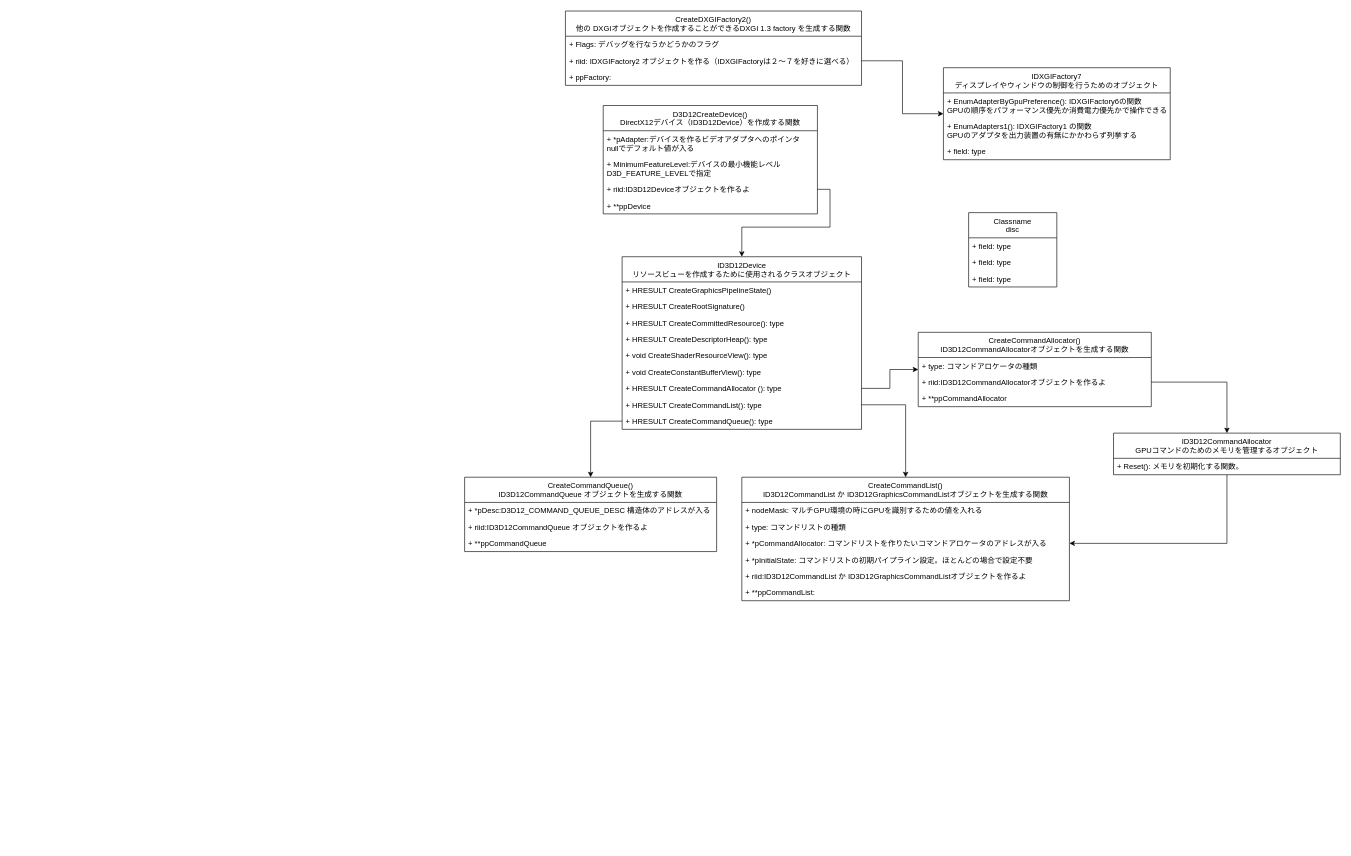
Above: page "ページ2" (2 of 2) of Directx12Overview.drawio in KominamiYuto/mypage (draw.io), before the change. Source tidied: cells renumbered, new cells numbered last; positions are measured from the earlier drawing's top-left corner, leaving out a move shared by most shapes. Both pictures are drawn from the tidied source at 63%, with x=0, y=0 at pixel (464, 11).
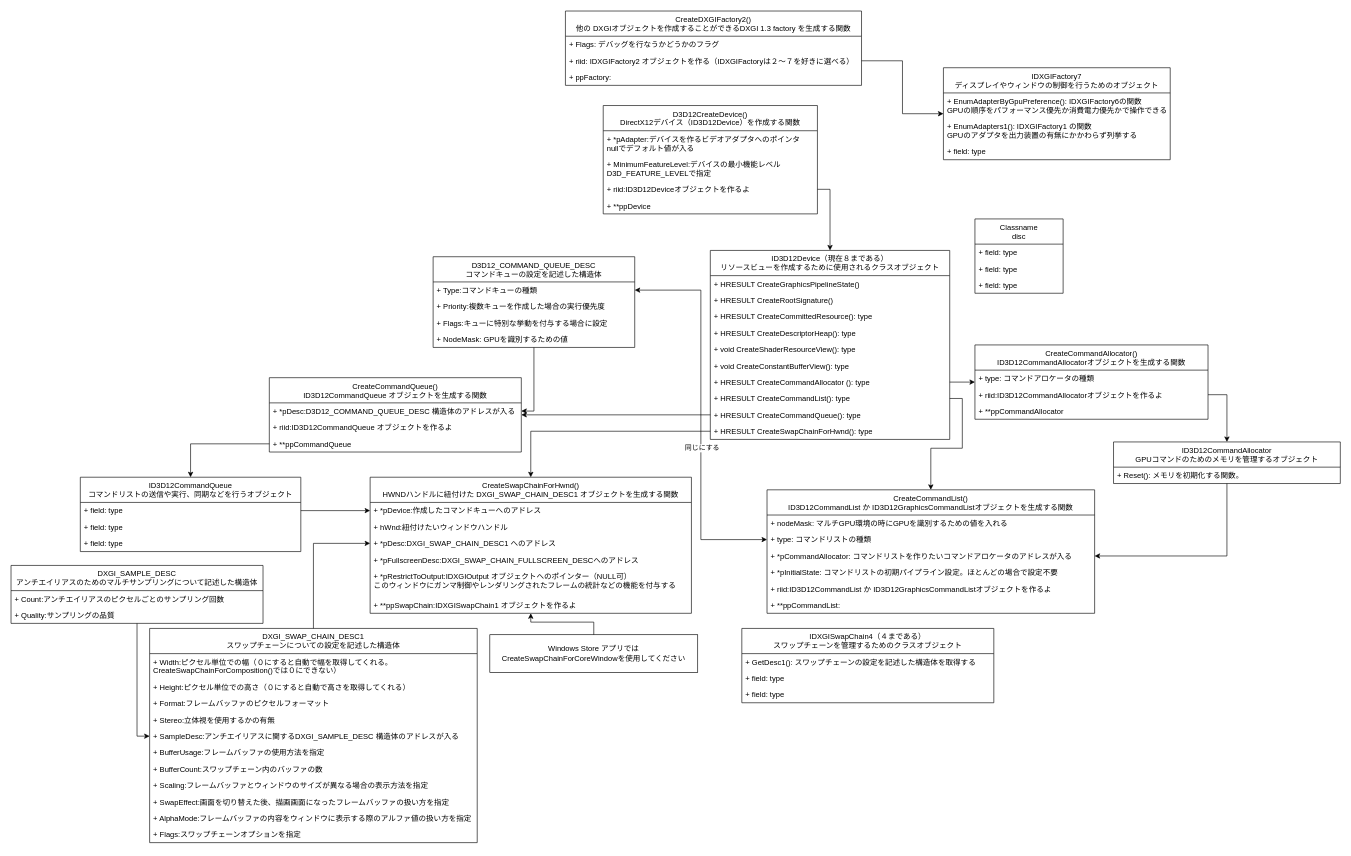
Above is the later version.

Commit message:
Directx12Overview.drawio を更新します

The change refers to these unchanged cells:
```xml
<mxCell id="38" value="+ type: コマンドリストの種類" style="text;strokeColor=none;fillColor=none;align=left;verticalAlign=top;spacingLeft=4;spacingRight=4;overflow=hidden;points=[[0,0.5],[1,0.5]];portConstraint=eastwest;" parent="36" vertex="1">
  <mxGeometry y="66" width="520" height="26" as="geometry" />
</mxCell>
<mxCell id="49" value="+ *pDesc:D3D12_COMMAND_QUEUE_DESC 構造体のアドレスが入る" style="text;strokeColor=none;fillColor=none;align=left;verticalAlign=top;spacingLeft=4;spacingRight=4;overflow=hidden;points=[[0,0.5],[1,0.5]];portConstraint=eastwest;" parent="48" vertex="1">
  <mxGeometry y="40" width="400" height="26" as="geometry" />
</mxCell>
<mxCell id="51" value="+ **ppCommandQueue" style="text;strokeColor=none;fillColor=none;align=left;verticalAlign=top;spacingLeft=4;spacingRight=4;overflow=hidden;points=[[0,0.5],[1,0.5]];portConstraint=eastwest;" parent="48" vertex="1">
  <mxGeometry y="92" width="400" height="26" as="geometry" />
</mxCell>
```

The edit, as a diff of the source:
```diff
@@
+    <mxCell id="53" style="edgeStyle=orthogonalEdgeStyle;rounded=0;jettySize=auto;html=1;startArrow=none;startFill=0;" parent="1" edge="1" source="11" target="49">
+      <mxGeometry relative="1" as="geometry" />
+    </mxCell>
-    <mxCell id="11" value="Classname&#10;disc" style="swimlane;fontStyle=0;horizontal=1;startSize=40;fillColor=none;" parent="1" vertex="1">
-      <mxGeometry x="800" y="320" width="140" height="118" as="geometry" />
+    <mxCell id="11" value="D3D12_COMMAND_QUEUE_DESC&#10;コマンドキューの設定を記述した構造体" style="swimlane;fontStyle=0;horizontal=1;startSize=40;fillColor=none;" parent="1" vertex="1">
+      <mxGeometry x="-50" y="390" width="320" height="144" as="geometry" />
     </mxCell>
-    <mxCell id="12" value="+ field: type" style="text;strokeColor=none;fillColor=none;align=left;verticalAlign=top;spacingLeft=4;spacingRight=4;overflow=hidden;points=[[0,0.5],[1,0.5]];portConstraint=eastwest;" parent="11" vertex="1">
-      <mxGeometry y="40" width="140" height="26" as="geometry" />
+    <mxCell id="12" value="+ Type:コマンドキューの種類" style="text;strokeColor=none;fillColor=none;align=left;verticalAlign=top;spacingLeft=4;spacingRight=4;overflow=hidden;points=[[0,0.5],[1,0.5]];portConstraint=eastwest;" parent="11" vertex="1">
+      <mxGeometry y="40" width="320" height="26" as="geometry" />
     </mxCell>
-    <mxCell id="13" value="+ field: type" style="text;strokeColor=none;fillColor=none;align=left;verticalAlign=top;spacingLeft=4;spacingRight=4;overflow=hidden;" parent="11" vertex="1">
-      <mxGeometry y="66" width="140" height="26" as="geometry" />
+    <mxCell id="13" value="+ Priority:複数キューを作成した場合の実行優先度" style="text;strokeColor=none;fillColor=none;align=left;verticalAlign=top;spacingLeft=4;spacingRight=4;overflow=hidden;" parent="11" vertex="1">
+      <mxGeometry y="66" width="320" height="26" as="geometry" />
     </mxCell>
-    <mxCell id="14" value="+ field: type" style="text;strokeColor=none;fillColor=none;align=left;verticalAlign=top;spacingLeft=4;spacingRight=4;overflow=hidden;" parent="11" vertex="1">
-      <mxGeometry y="92" width="140" height="26" as="geometry" />
+    <mxCell id="14" value="+ Flags:キューに特別な挙動を付与する場合に設定" style="text;strokeColor=none;fillColor=none;align=left;verticalAlign=top;spacingLeft=4;spacingRight=4;overflow=hidden;" parent="11" vertex="1">
+      <mxGeometry y="92" width="320" height="26" as="geometry" />
     </mxCell>
+    <mxCell id="54" value="+ NodeMask: GPUを識別するための値" style="text;strokeColor=none;fillColor=none;align=left;verticalAlign=top;spacingLeft=4;spacingRight=4;overflow=hidden;" parent="11" vertex="1">
+      <mxGeometry y="118" width="320" height="26" as="geometry" />
+    </mxCell>
-    <mxCell id="15" value="ID3D12Device&#10;リソースビューを作成するために使用されるクラスオブジェクト" style="swimlane;fontStyle=0;horizontal=1;startSize=40;fillColor=none;" parent="1" vertex="1">
-      <mxGeometry x="250" y="390" width="380" height="274" as="geometry" />
+    <mxCell id="15" value="ID3D12Device（現在８まである）&#10;リソースビューを作成するために使用されるクラスオブジェクト" style="swimlane;fontStyle=0;horizontal=1;startSize=40;fillColor=none;" parent="1" vertex="1">
+      <mxGeometry x="390" y="380" width="380" height="300" as="geometry" />
     </mxCell>
@@
+    <mxCell id="55" value="+ HRESULT CreateSwapChainForHwnd(): type" style="text;strokeColor=none;fillColor=none;align=left;verticalAlign=top;spacingLeft=4;spacingRight=4;overflow=hidden;points=[[0,0.5],[1,0.5]];portConstraint=eastwest;" parent="15" vertex="1">
+      <mxGeometry y="274" width="380" height="26" as="geometry" />
+    </mxCell>
@@
     <mxCell id="31" value="CreateCommandAllocator()&#10;ID3D12CommandAllocatorオブジェクトを生成する関数" style="swimlane;fontStyle=0;horizontal=1;startSize=40;fillColor=none;" parent="1" vertex="1">
-      <mxGeometry x="720" y="510" width="370" height="118" as="geometry" />
+      <mxGeometry x="810" y="530" width="370" height="118" as="geometry" />
     </mxCell>
@@
     <mxCell id="36" value="CreateCommandList()&#10;ID3D12CommandList か ID3D12GraphicsCommandListオブジェクトを生成する関数" style="swimlane;fontStyle=0;horizontal=1;startSize=40;fillColor=none;" parent="1" vertex="1">
-      <mxGeometry x="440" y="740" width="520" height="196" as="geometry" />
+      <mxGeometry x="480" y="760" width="520" height="196" as="geometry" />
     </mxCell>
@@
     <mxCell id="45" value="ID3D12CommandAllocator&#10;GPUコマンドのためのメモリを管理するオブジェクト" style="swimlane;fontStyle=0;horizontal=1;startSize=40;fillColor=none;" parent="1" vertex="1">
-      <mxGeometry x="1030" y="670" width="360" height="66" as="geometry" />
+      <mxGeometry x="1030" y="684" width="360" height="66" as="geometry" />
     </mxCell>
@@
     <mxCell id="48" value="CreateCommandQueue()&#10;ID3D12CommandQueue オブジェクトを生成する関数" style="swimlane;fontStyle=0;horizontal=1;startSize=40;fillColor=none;" parent="1" vertex="1">
-      <mxGeometry y="740" width="400" height="118" as="geometry" />
+      <mxGeometry x="-310" y="582" width="400" height="118" as="geometry" />
     </mxCell>
@@
+    <mxCell id="56" value="Classname&#10;disc" style="swimlane;fontStyle=0;horizontal=1;startSize=40;fillColor=none;" parent="1" vertex="1">
+      <mxGeometry x="810" y="330" width="140" height="118" as="geometry" />
+    </mxCell>
+    <mxCell id="57" value="+ field: type" style="text;strokeColor=none;fillColor=none;align=left;verticalAlign=top;spacingLeft=4;spacingRight=4;overflow=hidden;" parent="56" vertex="1">
+      <mxGeometry y="40" width="140" height="26" as="geometry" />
+    </mxCell>
+    <mxCell id="58" value="+ field: type" style="text;strokeColor=none;fillColor=none;align=left;verticalAlign=top;spacingLeft=4;spacingRight=4;overflow=hidden;" parent="56" vertex="1">
+      <mxGeometry y="66" width="140" height="26" as="geometry" />
+    </mxCell>
+    <mxCell id="59" value="+ field: type" style="text;strokeColor=none;fillColor=none;align=left;verticalAlign=top;spacingLeft=4;spacingRight=4;overflow=hidden;" parent="56" vertex="1">
+      <mxGeometry y="92" width="140" height="26" as="geometry" />
+    </mxCell>
+    <mxCell id="60" style="edgeStyle=orthogonalEdgeStyle;rounded=0;jettySize=auto;html=1;startArrow=classic;startFill=1;" parent="1" edge="1" source="12" target="38">
+      <mxGeometry relative="1" as="geometry" />
+    </mxCell>
+    <mxCell id="61" value="同じにする" style="edgeLabel;html=1;align=center;verticalAlign=middle;" parent="60" vertex="1">
+      <mxGeometry x="0.17" y="1" relative="1" as="geometry" />
+    </mxCell>
+    <mxCell id="62" value="CreateSwapChainForHwnd()&#10;HWNDハンドルに紐付けた DXGI_SWAP_CHAIN_DESC1 オブジェクトを生成する関数" style="swimlane;fontStyle=0;horizontal=1;startSize=40;fillColor=none;" parent="1" vertex="1">
+      <mxGeometry x="-150" y="740" width="510" height="216" as="geometry" />
+    </mxCell>
+    <mxCell id="63" value="+ *pDevice:作成したコマンドキューへのアドレス" style="text;strokeColor=none;fillColor=none;align=left;verticalAlign=top;spacingLeft=4;spacingRight=4;overflow=hidden;points=[[0,0.5],[1,0.5]];portConstraint=eastwest;" parent="62" vertex="1">
+      <mxGeometry y="40" width="510" height="26" as="geometry" />
+    </mxCell>
+    <mxCell id="64" value="+ hWnd:紐付けたいウィンドウハンドル" style="text;strokeColor=none;fillColor=none;align=left;verticalAlign=top;spacingLeft=4;spacingRight=4;overflow=hidden;" parent="62" vertex="1">
+      <mxGeometry y="66" width="510" height="26" as="geometry" />
+    </mxCell>
+    <mxCell id="65" value="+ *pDesc:DXGI_SWAP_CHAIN_DESC1 へのアドレス" style="text;strokeColor=none;fillColor=none;align=left;verticalAlign=top;spacingLeft=4;spacingRight=4;overflow=hidden;points=[[0,0.5],[1,0.5]];portConstraint=eastwest;" parent="62" vertex="1">
+      <mxGeometry y="92" width="510" height="26" as="geometry" />
+    </mxCell>
+    <mxCell id="66" value="+ *pFullscreenDesc:DXGI_SWAP_CHAIN_FULLSCREEN_DESCへのアドレス" style="text;strokeColor=none;fillColor=none;align=left;verticalAlign=top;spacingLeft=4;spacingRight=4;overflow=hidden;" parent="62" vertex="1">
+      <mxGeometry y="118" width="510" height="26" as="geometry" />
+    </mxCell>
+    <mxCell id="67" value="+ *pRestrictToOutput:IDXGIOutput オブジェクトへのポインター（NULL可）&#10;このウィンドウにガンマ制御やレンダリングされたフレームの統計などの機能を付与する" style="text;strokeColor=none;fillColor=none;align=left;verticalAlign=top;spacingLeft=4;spacingRight=4;overflow=hidden;" parent="62" vertex="1">
+      <mxGeometry y="144" width="510" height="46" as="geometry" />
+    </mxCell>
+    <mxCell id="68" value="+ **ppSwapChain:IDXGISwapChain1 オブジェクトを作るよ" style="text;strokeColor=none;fillColor=none;align=left;verticalAlign=top;spacingLeft=4;spacingRight=4;overflow=hidden;" parent="62" vertex="1">
+      <mxGeometry y="190" width="510" height="26" as="geometry" />
+    </mxCell>
+    <mxCell id="69" style="edgeStyle=orthogonalEdgeStyle;rounded=0;jettySize=auto;html=1;startArrow=none;startFill=0;" parent="1" edge="1" source="55" target="62">
+      <mxGeometry relative="1" as="geometry" />
+    </mxCell>
+    <mxCell id="70" style="edgeStyle=orthogonalEdgeStyle;rounded=0;jettySize=auto;html=1;startArrow=none;startFill=0;" parent="1" edge="1" source="71" target="62">
+      <mxGeometry relative="1" as="geometry" />
+    </mxCell>
+    <mxCell id="71" value="Windows Store アプリではCreateSwapChainForCoreWindowを使用してください" style="rounded=0;whiteSpace=wrap;html=1;fillColor=none;" parent="1" vertex="1">
+      <mxGeometry x="40" y="990" width="330" height="60" as="geometry" />
+    </mxCell>
+    <mxCell id="72" value="ID3D12CommandQueue &#10;コマンドリストの送信や実行、同期などを行うオブジェクト" style="swimlane;fontStyle=0;horizontal=1;startSize=40;fillColor=none;" parent="1" vertex="1">
+      <mxGeometry x="-610" y="740" width="350" height="118" as="geometry" />
+    </mxCell>
+    <mxCell id="73" value="+ field: type" style="text;strokeColor=none;fillColor=none;align=left;verticalAlign=top;spacingLeft=4;spacingRight=4;overflow=hidden;points=[[0,0.5],[1,0.5]];portConstraint=eastwest;" parent="72" vertex="1">
+      <mxGeometry y="40" width="350" height="26" as="geometry" />
+    </mxCell>
+    <mxCell id="74" value="+ field: type" style="text;strokeColor=none;fillColor=none;align=left;verticalAlign=top;spacingLeft=4;spacingRight=4;overflow=hidden;" parent="72" vertex="1">
+      <mxGeometry y="66" width="350" height="26" as="geometry" />
+    </mxCell>
+    <mxCell id="75" value="+ field: type" style="text;strokeColor=none;fillColor=none;align=left;verticalAlign=top;spacingLeft=4;spacingRight=4;overflow=hidden;" parent="72" vertex="1">
+      <mxGeometry y="92" width="350" height="26" as="geometry" />
+    </mxCell>
+    <mxCell id="76" style="edgeStyle=orthogonalEdgeStyle;rounded=0;jettySize=auto;html=1;startArrow=none;startFill=0;" parent="1" edge="1" source="51" target="72">
+      <mxGeometry relative="1" as="geometry" />
+    </mxCell>
+    <mxCell id="77" style="edgeStyle=orthogonalEdgeStyle;rounded=0;jettySize=auto;html=1;startArrow=none;startFill=0;" parent="1" edge="1" source="73" target="63">
+      <mxGeometry relative="1" as="geometry" />
+    </mxCell>
+    <mxCell id="78" style="edgeStyle=orthogonalEdgeStyle;rounded=0;jettySize=auto;html=1;startArrow=none;startFill=0;" parent="1" edge="1" source="79" target="65">
+      <mxGeometry relative="1" as="geometry" />
+    </mxCell>
+    <mxCell id="79" value="DXGI_SWAP_CHAIN_DESC1 &#10;スワップチェーンについての設定を記述した構造体" style="swimlane;fontStyle=0;horizontal=1;startSize=40;fillColor=none;" parent="1" vertex="1">
+      <mxGeometry x="-500" y="980" width="520" height="340" as="geometry" />
+    </mxCell>
+    <mxCell id="80" value="+ Width:ピクセル単位での幅（０にすると自動で幅を取得してくれる。&#10;CreateSwapChainForComposition()では０にできない）" style="text;strokeColor=none;fillColor=none;align=left;verticalAlign=top;spacingLeft=4;spacingRight=4;overflow=hidden;" parent="79" vertex="1">
+      <mxGeometry y="40" width="520" height="40" as="geometry" />
+    </mxCell>
+    <mxCell id="81" value="+ Height:ピクセル単位での高さ（０にすると自動で高さを取得してくれる）" style="text;strokeColor=none;fillColor=none;align=left;verticalAlign=top;spacingLeft=4;spacingRight=4;overflow=hidden;" parent="79" vertex="1">
+      <mxGeometry y="80" width="520" height="26" as="geometry" />
+    </mxCell>
+    <mxCell id="82" value="+ Format:フレームバッファのピクセルフォーマット" style="text;strokeColor=none;fillColor=none;align=left;verticalAlign=top;spacingLeft=4;spacingRight=4;overflow=hidden;" parent="79" vertex="1">
+      <mxGeometry y="106" width="520" height="26" as="geometry" />
+    </mxCell>
+    <mxCell id="83" value="+ Stereo:立体視を使用するかの有無" style="text;strokeColor=none;fillColor=none;align=left;verticalAlign=top;spacingLeft=4;spacingRight=4;overflow=hidden;" parent="79" vertex="1">
+      <mxGeometry y="132" width="520" height="26" as="geometry" />
+    </mxCell>
+    <mxCell id="84" value="+ SampleDesc:アンチエイリアスに関するDXGI_SAMPLE_DESC 構造体のアドレスが入る" style="text;strokeColor=none;fillColor=none;align=left;verticalAlign=top;spacingLeft=4;spacingRight=4;overflow=hidden;points=[[0,0.5],[1,0.5]];portConstraint=eastwest;" parent="79" vertex="1">
+      <mxGeometry y="158" width="520" height="26" as="geometry" />
+    </mxCell>
+    <mxCell id="85" value="+ BufferUsage:フレームバッファの使用方法を指定" style="text;strokeColor=none;fillColor=none;align=left;verticalAlign=top;spacingLeft=4;spacingRight=4;overflow=hidden;" parent="79" vertex="1">
+      <mxGeometry y="184" width="520" height="26" as="geometry" />
+    </mxCell>
+    <mxCell id="86" value="+ BufferCount:スワップチェーン内のバッファの数" style="text;strokeColor=none;fillColor=none;align=left;verticalAlign=top;spacingLeft=4;spacingRight=4;overflow=hidden;" parent="79" vertex="1">
+      <mxGeometry y="210" width="520" height="26" as="geometry" />
+    </mxCell>
+    <mxCell id="87" value="+ Scaling:フレームバッファとウィンドウのサイズが異なる場合の表示方法を指定 " style="text;strokeColor=none;fillColor=none;align=left;verticalAlign=top;spacingLeft=4;spacingRight=4;overflow=hidden;" parent="79" vertex="1">
+      <mxGeometry y="236" width="520" height="26" as="geometry" />
+    </mxCell>
+    <mxCell id="88" value="+ SwapEffect:画面を切り替えた後、描画画面になったフレームバッファの扱い方を指定 " style="text;strokeColor=none;fillColor=none;align=left;verticalAlign=top;spacingLeft=4;spacingRight=4;overflow=hidden;" parent="79" vertex="1">
+      <mxGeometry y="262" width="520" height="26" as="geometry" />
+    </mxCell>
+    <mxCell id="89" value="+ AlphaMode:フレームバッファの内容をウィンドウに表示する際のアルファ値の扱い方を指定 " style="text;strokeColor=none;fillColor=none;align=left;verticalAlign=top;spacingLeft=4;spacingRight=4;overflow=hidden;" parent="79" vertex="1">
+      <mxGeometry y="288" width="520" height="26" as="geometry" />
+    </mxCell>
+    <mxCell id="90" value="+ Flags:スワップチェーンオプションを指定" style="text;strokeColor=none;fillColor=none;align=left;verticalAlign=top;spacingLeft=4;spacingRight=4;overflow=hidden;" parent="79" vertex="1">
+      <mxGeometry y="314" width="520" height="26" as="geometry" />
+    </mxCell>
+    <mxCell id="91" style="edgeStyle=orthogonalEdgeStyle;rounded=0;jettySize=auto;html=1;startArrow=none;startFill=0;" parent="1" edge="1" source="92" target="84">
+      <mxGeometry relative="1" as="geometry" />
+    </mxCell>
+    <mxCell id="92" value="DXGI_SAMPLE_DESC &#10;アンチエイリアスのためのマルチサンプリングについて記述した構造体" style="swimlane;fontStyle=0;horizontal=1;startSize=40;fillColor=none;" parent="1" vertex="1">
+      <mxGeometry x="-720" y="880" width="400" height="92" as="geometry" />
+    </mxCell>
+    <mxCell id="93" value="+ Count:アンチエイリアスのピクセルごとのサンプリング回数" style="text;strokeColor=none;fillColor=none;align=left;verticalAlign=top;spacingLeft=4;spacingRight=4;overflow=hidden;" parent="92" vertex="1">
+      <mxGeometry y="40" width="400" height="26" as="geometry" />
+    </mxCell>
+    <mxCell id="94" value="+ Quality:サンプリングの品質" style="text;strokeColor=none;fillColor=none;align=left;verticalAlign=top;spacingLeft=4;spacingRight=4;overflow=hidden;" parent="92" vertex="1">
+      <mxGeometry y="66" width="400" height="26" as="geometry" />
+    </mxCell>
+    <mxCell id="95" value="IDXGISwapChain4（４まである） &#10;スワップチェーンを管理するためのクラスオブジェクト" style="swimlane;fontStyle=0;horizontal=1;startSize=40;fillColor=none;" parent="1" vertex="1">
+      <mxGeometry x="440" y="980" width="400" height="118" as="geometry" />
+    </mxCell>
+    <mxCell id="96" value="+ GetDesc1(): スワップチェーンの設定を記述した構造体を取得する" style="text;strokeColor=none;fillColor=none;align=left;verticalAlign=top;spacingLeft=4;spacingRight=4;overflow=hidden;" parent="95" vertex="1">
+      <mxGeometry y="40" width="400" height="26" as="geometry" />
+    </mxCell>
+    <mxCell id="97" value="+ field: type" style="text;strokeColor=none;fillColor=none;align=left;verticalAlign=top;spacingLeft=4;spacingRight=4;overflow=hidden;" parent="95" vertex="1">
+      <mxGeometry y="66" width="400" height="26" as="geometry" />
+    </mxCell>
+    <mxCell id="98" value="+ field: type" style="text;strokeColor=none;fillColor=none;align=left;verticalAlign=top;spacingLeft=4;spacingRight=4;overflow=hidden;" parent="95" vertex="1">
+      <mxGeometry y="92" width="400" height="26" as="geometry" />
+    </mxCell>
```
